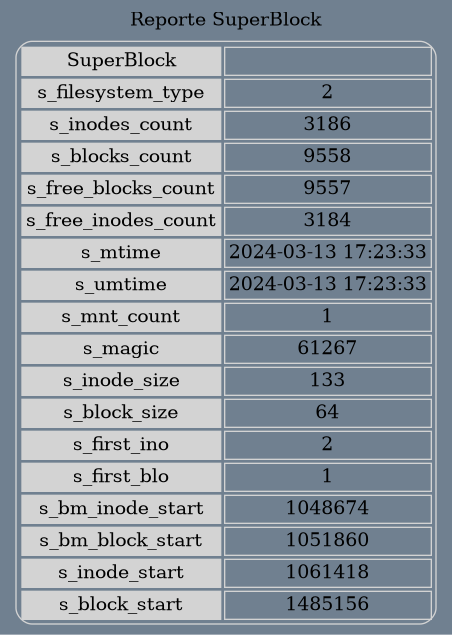
Above: reporteSB.png in RamiroTelles/MIA_P1_202010044 (Graphviz), before the change. Its source is kept beside it as reporteSB.dot.
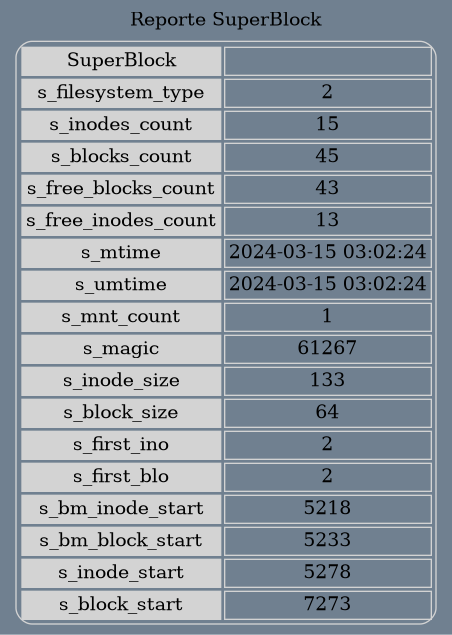
The same diagram one commit later.

The edit, as a diff of the source:
```diff
@@ -2,21 +2,21 @@
 <TABLE cellspacing="3" cellpadding="2" style="rounded" >
 <TR><TD bgcolor="lightgrey">SuperBlock</TD><TD></TD></TR>
 <TR><TD bgcolor="lightgrey">s_filesystem_type</TD><TD>2</TD></TR>
-<TR><TD bgcolor="lightgrey">s_inodes_count</TD><TD>3186</TD></TR>
-<TR><TD bgcolor="lightgrey">s_blocks_count</TD><TD>9558</TD></TR>
-<TR><TD bgcolor="lightgrey">s_free_blocks_count</TD><TD>9557</TD></TR>
-<TR><TD bgcolor="lightgrey">s_free_inodes_count</TD><TD>3184</TD></TR>
-<TR><TD bgcolor="lightgrey">s_mtime</TD><TD>2024-03-13 17:23:33</TD></TR>
-<TR><TD bgcolor="lightgrey">s_umtime</TD><TD>2024-03-13 17:23:33</TD></TR>
+<TR><TD bgcolor="lightgrey">s_inodes_count</TD><TD>15</TD></TR>
+<TR><TD bgcolor="lightgrey">s_blocks_count</TD><TD>45</TD></TR>
+<TR><TD bgcolor="lightgrey">s_free_blocks_count</TD><TD>43</TD></TR>
+<TR><TD bgcolor="lightgrey">s_free_inodes_count</TD><TD>13</TD></TR>
+<TR><TD bgcolor="lightgrey">s_mtime</TD><TD>2024-03-15 03:02:24</TD></TR>
+<TR><TD bgcolor="lightgrey">s_umtime</TD><TD>2024-03-15 03:02:24</TD></TR>
 <TR><TD bgcolor="lightgrey">s_mnt_count</TD><TD>1</TD></TR>
 <TR><TD bgcolor="lightgrey">s_magic</TD><TD>61267</TD></TR>
 <TR><TD bgcolor="lightgrey">s_inode_size</TD><TD>133</TD></TR>
 <TR><TD bgcolor="lightgrey">s_block_size</TD><TD>64</TD></TR>
 <TR><TD bgcolor="lightgrey">s_first_ino</TD><TD>2</TD></TR>
-<TR><TD bgcolor="lightgrey">s_first_blo</TD><TD>1</TD></TR>
-<TR><TD bgcolor="lightgrey">s_bm_inode_start</TD><TD>1048674</TD></TR>
-<TR><TD bgcolor="lightgrey">s_bm_block_start</TD><TD>1051860</TD></TR>
-<TR><TD bgcolor="lightgrey">s_inode_start</TD><TD>1061418</TD></TR>
-<TR><TD bgcolor="lightgrey">s_block_start</TD><TD>1485156</TD></TR>
+<TR><TD bgcolor="lightgrey">s_first_blo</TD><TD>2</TD></TR>
+<TR><TD bgcolor="lightgrey">s_bm_inode_start</TD><TD>5218</TD></TR>
+<TR><TD bgcolor="lightgrey">s_bm_block_start</TD><TD>5233</TD></TR>
+<TR><TD bgcolor="lightgrey">s_inode_start</TD><TD>5278</TD></TR>
+<TR><TD bgcolor="lightgrey">s_block_start</TD><TD>7273</TD></TR>
 </TABLE>>];
 }
```
